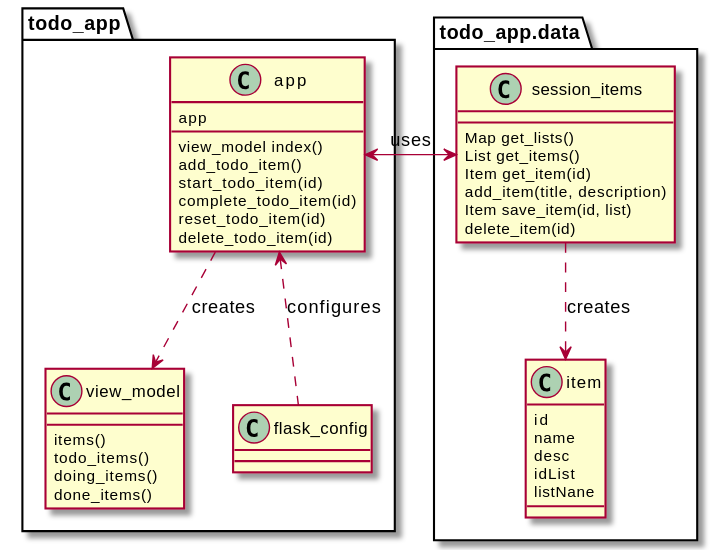
rbaker/DevOps-Course-Starter keeps this PlantUML diagram as documentation/code.svg. Above is the earlier version.
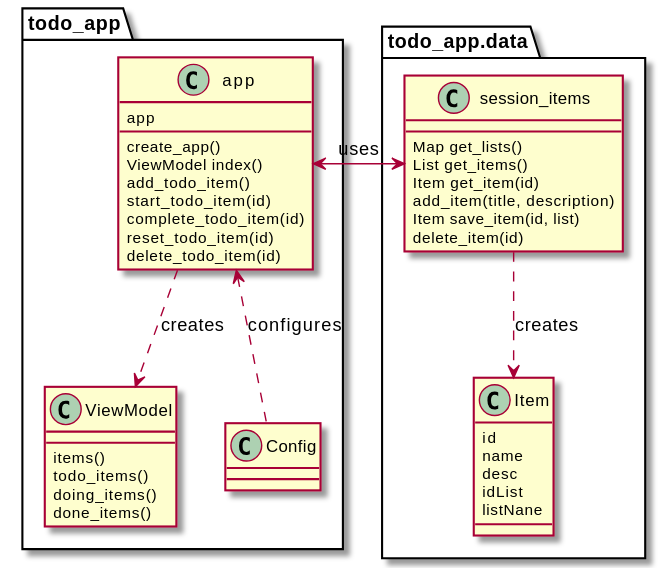
Above is the later version.

The edit, as a diff of the source:
```diff
@@ -1,8 +1,10 @@
 @startuml code
+allow_mixing
 
 class todo_app.app {
     app
-    view_model index()
+    create_app()
+    ViewModel index()
     add_todo_item()
     start_todo_item(id)
     complete_todo_item(id)
@@ -10,19 +12,21 @@
     delete_todo_item(id)
 }
 
-class todo_app.view_model {
+class todo_app.ViewModel {
     items()
     todo_items()
     doing_items()
     done_items()
 }
 
-class todo_app.flask_config {
+class todo_app.Config {
 
 }
 
-todo_app.app ..> todo_app.view_model :creates
-todo_app.app <.. todo_app.flask_config :configures
+todo_app.app ..> todo_app.ViewModel :creates
+todo_app.app <.. todo_app.Config :configures
+
+
 
 class todo_app.data.session_items {
     Map get_lists()
@@ -33,7 +37,7 @@
     delete_item(id)
 }
 
-class todo_app.data.item {
+class todo_app.data.Item {
     id
     name
     desc
@@ -43,6 +47,6 @@
 
 todo_app.app <---right---> todo_app.data.session_items:uses
 
-todo_app.data.session_items ..> todo_app.data.item:creates
+todo_app.data.session_items ..> todo_app.data.Item:creates
 
 @enduml
```
